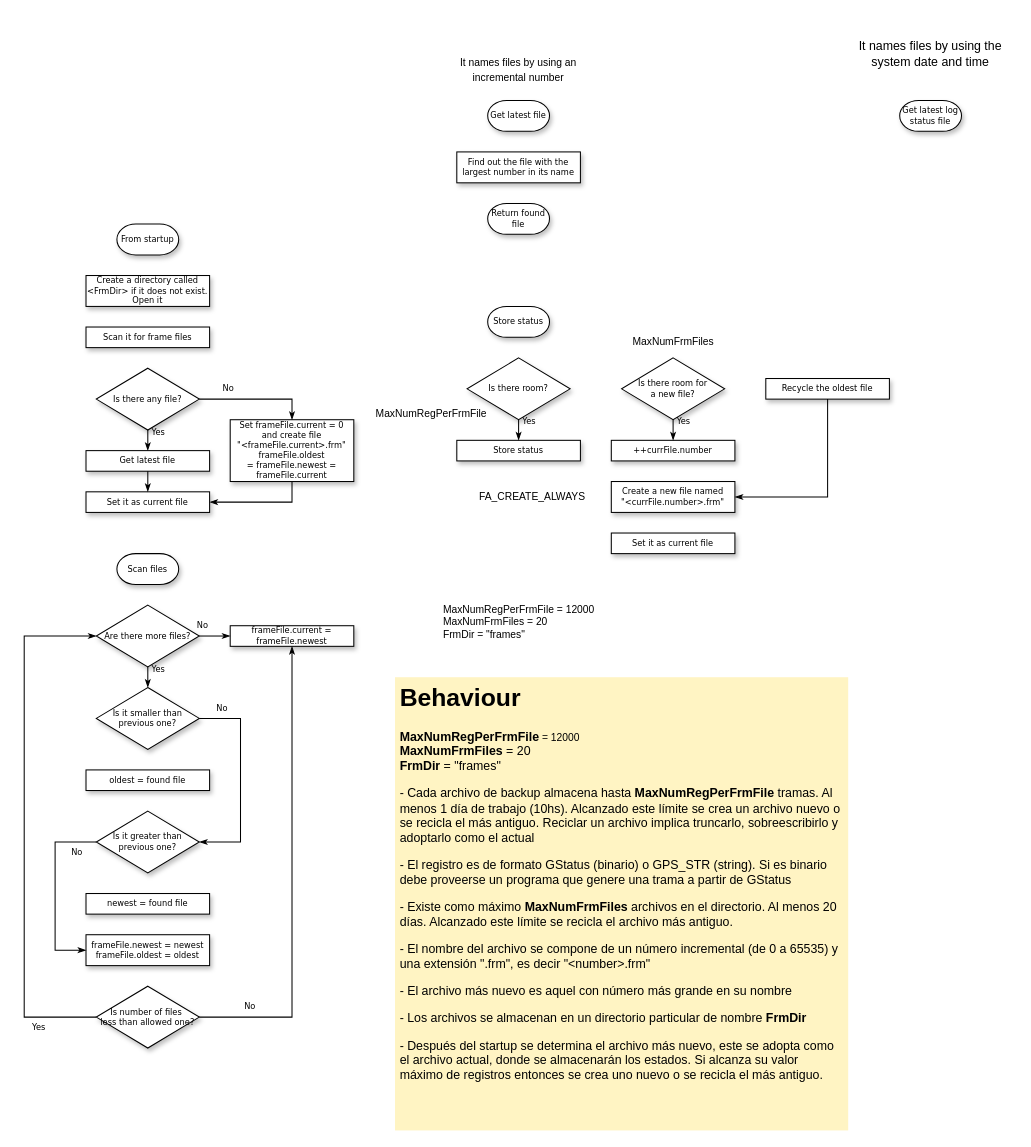
This is page "Page-1" (1 of 2) of models/structure-interaction/status-backup.drawio from vortexmakes/AgroIoT, a draw.io file, before an edit. Source tidied: cells renumbered, new cells numbered last; positions are measured from the earlier drawing's top-left corner, leaving out a move shared by most shapes. Both pictures are drawn from the tidied source at 103%, with x=0, y=0 at pixel (24, 18).
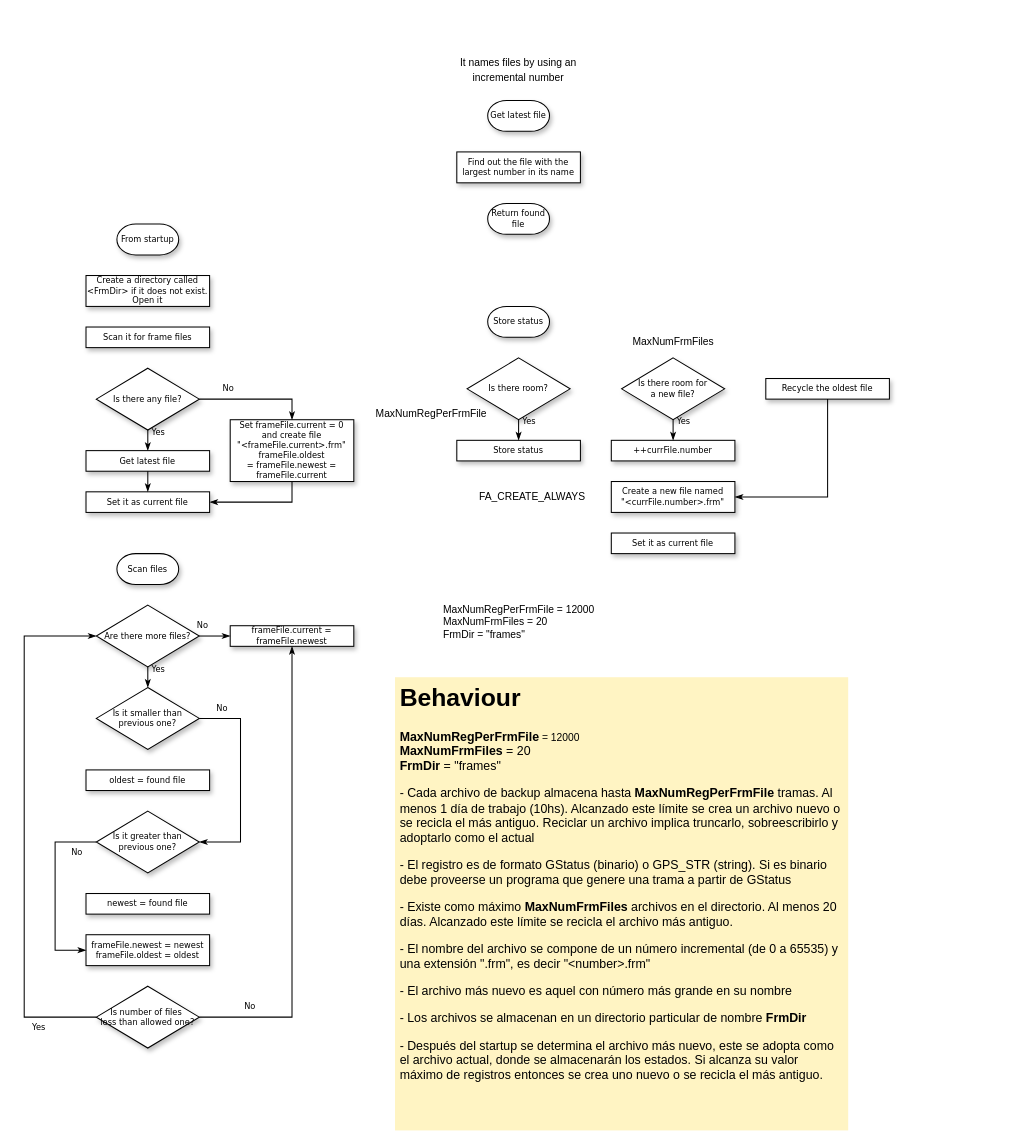
After the change.

Diff of the diagram source:
```diff
@@
-    <mxCell id="14" value="Get latest log status file" style="strokeWidth=1;html=1;shape=mxgraph.flowchart.terminator;whiteSpace=wrap;rounded=0;shadow=1;labelBackgroundColor=none;fontFamily=Verdana;fontSize=8;align=center;" parent="1" vertex="1">
-      <mxGeometry x="850" y="80" width="60" height="30" as="geometry" />
-    </mxCell>
-    <mxCell id="15" value="It names files by using the system date and time" style="text;html=1;strokeColor=none;fillColor=none;align=center;verticalAlign=middle;whiteSpace=wrap;rounded=0;" parent="1" vertex="1">
-      <mxGeometry x="800" width="160" height="70" as="geometry" />
-    </mxCell>
```
